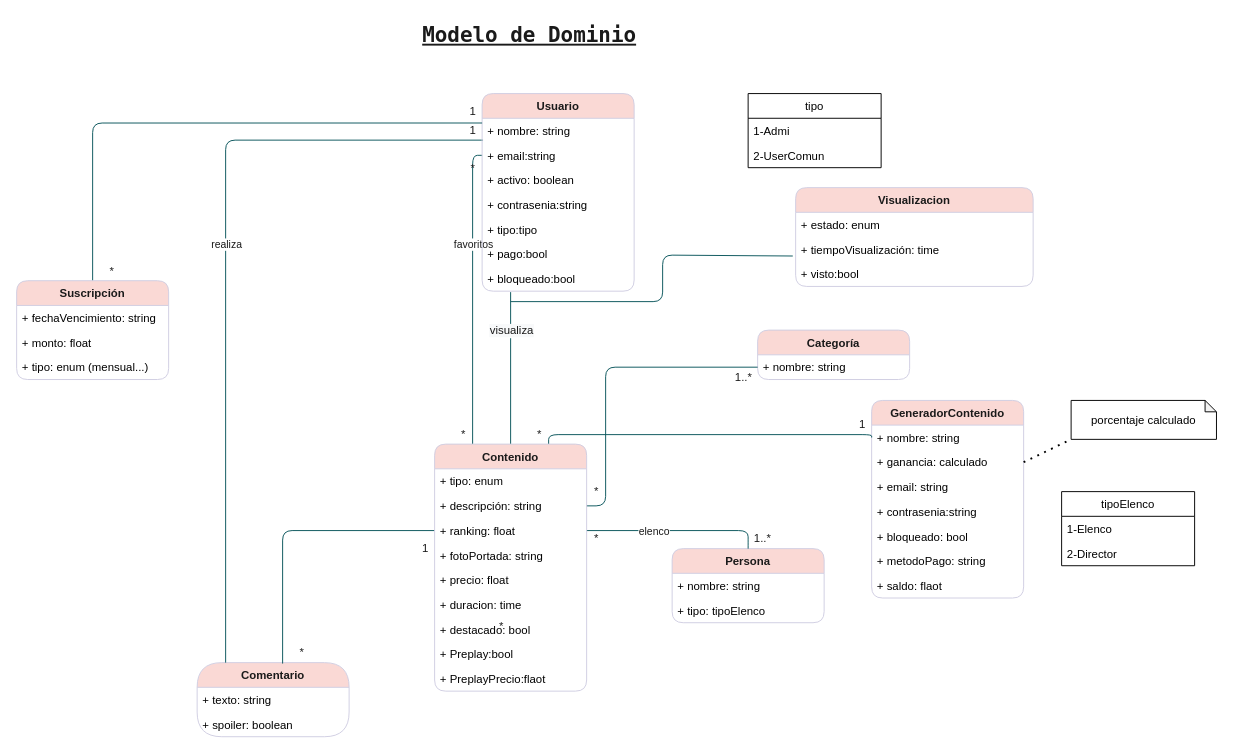
Above: page "Relacional" (1 of 2) of Modelo de dominio2.drawio in rouslop/LabJAVA (draw.io), before the change. Source tidied: cells renumbered, new cells numbered last; positions are measured from the earlier drawing's top-left corner, leaving out a move shared by most shapes. Both pictures are drawn from the tidied source at 95%, with x=0, y=0 at pixel (16, 16).
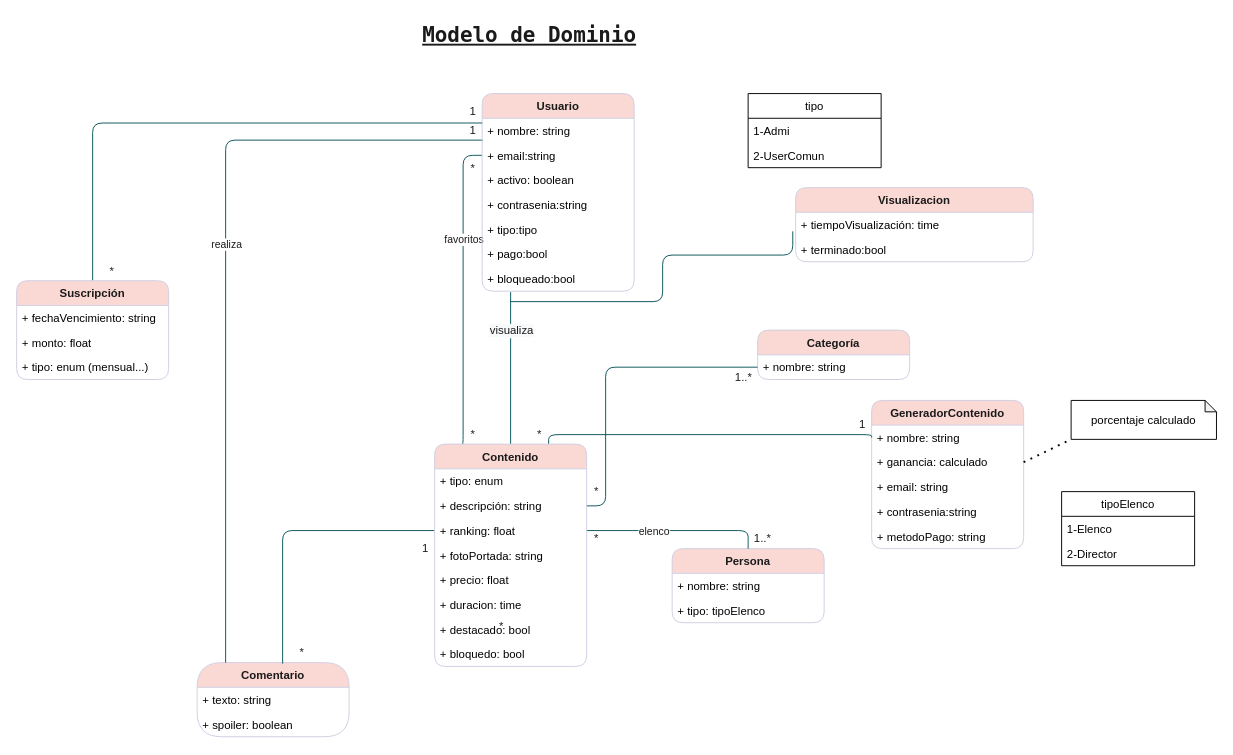
The same diagram, later.

The change refers to these unchanged cells:
```xml
<mxCell id="47" value="+ email:string" style="text;strokeColor=none;fillColor=none;align=left;verticalAlign=top;spacingLeft=4;spacingRight=4;overflow=hidden;points=[[0,0.5],[1,0.5]];portConstraint=eastwest;rounded=1;" parent="45" vertex="1">
  <mxGeometry y="52" width="160" height="26" as="geometry" />
</mxCell>
```

Diff of the diagram source:
```diff
@@
     <mxCell id="5" value="GeneradorContenido" style="swimlane;fontStyle=1;align=center;verticalAlign=top;horizontal=1;startSize=26;sketch=0;fontColor=#1A1A1A;strokeColor=#D0CEE2;fillColor=#FAD9D5;rounded=1;" parent="1" vertex="1">
-      <mxGeometry x="900" y="404" width="160" height="208" as="geometry" />
+      <mxGeometry x="900" y="404" width="160" height="156" as="geometry" />
     </mxCell>
@@
-    <mxCell id="10" value="+ bloqueado: bool&#10;" style="text;strokeColor=none;fillColor=none;align=left;verticalAlign=top;spacingLeft=4;spacingRight=4;overflow=hidden;rounded=1;" parent="5" vertex="1">
-      <mxGeometry y="130" width="160" height="26" as="geometry" />
-    </mxCell>
     <mxCell id="11" value="+ metodoPago: string" style="text;strokeColor=none;fillColor=none;align=left;verticalAlign=top;spacingLeft=4;spacingRight=4;overflow=hidden;rounded=1;" parent="5" vertex="1">
-      <mxGeometry y="156" width="160" height="26" as="geometry" />
+      <mxGeometry y="130" width="160" height="26" as="geometry" />
     </mxCell>
-    <mxCell id="12" value="+ saldo: flaot" style="text;strokeColor=none;fillColor=none;align=left;verticalAlign=top;spacingLeft=4;spacingRight=4;overflow=hidden;rounded=1;" parent="5" vertex="1">
-      <mxGeometry y="182" width="160" height="26" as="geometry" />
-    </mxCell>
@@
     <mxCell id="18" value="Visualizacion" style="swimlane;fontStyle=1;align=center;verticalAlign=top;horizontal=1;startSize=26;sketch=0;fontColor=#1A1A1A;strokeColor=#D0CEE2;fillColor=#FAD9D5;rounded=1;" parent="1" vertex="1">
-      <mxGeometry x="820" y="180" width="250" height="104" as="geometry" />
+      <mxGeometry x="820" y="180" width="250" height="78" as="geometry" />
     </mxCell>
-    <mxCell id="19" value="+ estado: enum" style="text;strokeColor=none;fillColor=none;align=left;verticalAlign=top;spacingLeft=4;spacingRight=4;overflow=hidden;rounded=1;" parent="18" vertex="1">
-      <mxGeometry y="26" width="250" height="26" as="geometry" />
-    </mxCell>
     <mxCell id="20" value="+ tiempoVisualización: time" style="text;strokeColor=none;fillColor=none;align=left;verticalAlign=top;spacingLeft=4;spacingRight=4;overflow=hidden;points=[[0,0.5],[1,0.5]];portConstraint=eastwest;rounded=1;" parent="18" vertex="1">
-      <mxGeometry y="52" width="250" height="26" as="geometry" />
+      <mxGeometry y="26" width="250" height="26" as="geometry" />
     </mxCell>
-    <mxCell id="21" value="+ visto:bool" style="text;strokeColor=none;fillColor=none;align=left;verticalAlign=top;spacingLeft=4;spacingRight=4;overflow=hidden;rounded=1;" parent="18" vertex="1">
-      <mxGeometry y="78" width="250" height="26" as="geometry" />
+    <mxCell id="21" value="+ terminado:bool" style="text;strokeColor=none;fillColor=none;align=left;verticalAlign=top;spacingLeft=4;spacingRight=4;overflow=hidden;rounded=1;" parent="18" vertex="1">
+      <mxGeometry y="52" width="250" height="26" as="geometry" />
     </mxCell>
@@
-    <mxCell id="33" style="edgeStyle=orthogonalEdgeStyle;curved=0;rounded=1;sketch=0;jettySize=auto;html=1;exitX=0;exitY=0.5;exitDx=0;exitDy=0;entryX=0.25;entryY=0;entryDx=0;entryDy=0;fontColor=#1A1A1A;endArrow=none;endFill=0;strokeColor=#09555B;" parent="1" edge="1" source="47" target="61">
+    <mxCell id="33" style="edgeStyle=orthogonalEdgeStyle;curved=0;rounded=1;sketch=0;jettySize=auto;html=1;exitX=0;exitY=0.5;exitDx=0;exitDy=0;entryX=0.175;entryY=0.004;entryDx=0;entryDy=0;fontColor=#1A1A1A;endArrow=none;endFill=0;strokeColor=#09555B;entryPerimeter=0;" parent="1" edge="1" source="47" target="61">
       <mxGeometry relative="1" as="geometry">
         <Array as="points">
-          <mxPoint x="480" y="146" />
+          <mxPoint x="470" y="146" />
+          <mxPoint x="470" y="451" />
         </Array>
       </mxGeometry>
     </mxCell>
@@
     <mxCell id="35" value="*" style="text;html=1;align=center;verticalAlign=middle;strokeColor=none;fontColor=#1A1A1A;" parent="1" vertex="1">
-      <mxGeometry x="460" y="430" width="20" height="20" as="geometry" />
+      <mxGeometry x="470" y="430" width="20" height="20" as="geometry" />
     </mxCell>
@@
     <mxCell id="61" value="Contenido" style="swimlane;fontStyle=1;align=center;verticalAlign=top;horizontal=1;startSize=26;sketch=0;fontColor=#1A1A1A;strokeColor=#D0CEE2;fillColor=#FAD9D5;rounded=1;" parent="1" vertex="1">
-      <mxGeometry x="440" y="450" width="160" height="260" as="geometry" />
+      <mxGeometry x="440" y="450" width="160" height="234" as="geometry" />
     </mxCell>
@@
-    <mxCell id="69" value="+ Preplay:bool" style="text;strokeColor=none;fillColor=none;align=left;verticalAlign=top;spacingLeft=4;spacingRight=4;overflow=hidden;rounded=1;" parent="61" vertex="1">
-      <mxGeometry y="208" width="160" height="26" as="geometry" />
-    </mxCell>
-    <mxCell id="70" value="+ PreplayPrecio:flaot" style="text;strokeColor=none;fillColor=none;align=left;verticalAlign=top;spacingLeft=4;spacingRight=4;overflow=hidden;rounded=1;" parent="61" vertex="1">
-      <mxGeometry y="234" width="160" height="26" as="geometry" />
-    </mxCell>
+    <mxCell id="80" value="+ bloquedo: bool" style="text;strokeColor=none;fillColor=none;align=left;verticalAlign=top;spacingLeft=4;spacingRight=4;overflow=hidden;rounded=1;" parent="61" vertex="1">
+      <mxGeometry y="208" width="160" height="26" as="geometry" />
+    </mxCell>
```
